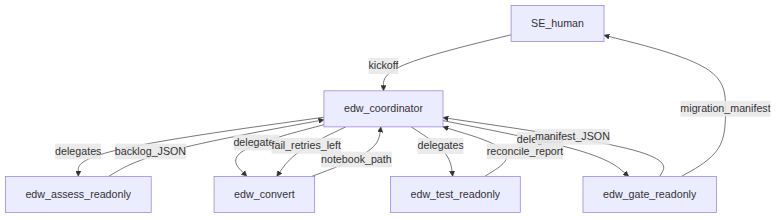
Earlier version of the Mermaid export docs/img/agent_delegation.png (Jericho2010/edwmigration). Its source is kept beside it as docs/img/agent_delegation.mmd. Its diagram source:
```mermaid
flowchart TD
  SE[SE_human] -->|kickoff| Coord[edw_coordinator]
  Coord -->|delegates| Assess[edw_assess_readonly]
  Assess -->|backlog_JSON| Coord
  Coord -->|delegates| Convert[edw_convert]
  Convert -->|notebook_path| Coord
  Coord -->|delegates| Test[edw_test_readonly]
  Test -->|reconcile_report| Coord
  Coord -->|delegates| Gate[edw_gate_readonly]
  Gate -->|manifest_JSON| Coord
  Coord -->|fail_retries_left| Convert
  Gate -->|migration_manifest| SE
```
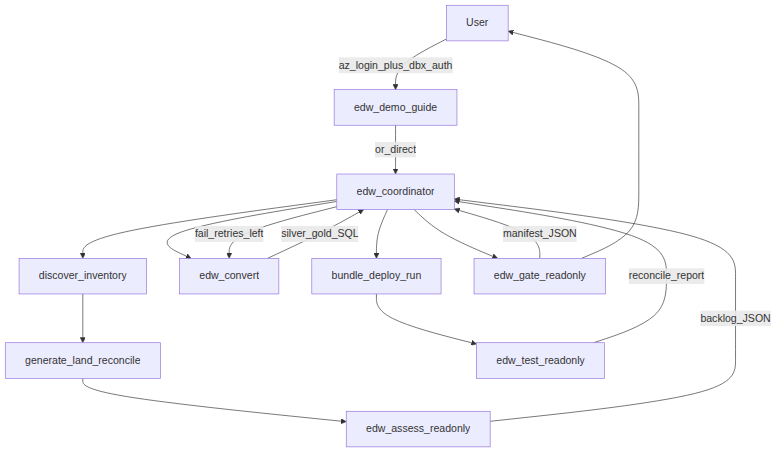
The same diagram one commit later.

What changed in the source:
```diff
@@ -1,12 +1,16 @@
 flowchart TD
-  SE[SE_human] -->|kickoff| Coord[edw_coordinator]
-  Coord -->|delegates| Assess[edw_assess_readonly]
+  User[User] -->|az_login_plus_dbx_auth| Guide[edw_demo_guide]
+  Guide -->|or_direct| Coord[edw_coordinator]
+  Coord --> Discover[discover_inventory]
+  Discover --> Generate[generate_land_reconcile]
+  Generate --> Assess[edw_assess_readonly]
   Assess -->|backlog_JSON| Coord
-  Coord -->|delegates| Convert[edw_convert]
-  Convert -->|notebook_path| Coord
-  Coord -->|delegates| Test[edw_test_readonly]
+  Coord --> Convert[edw_convert]
+  Convert -->|silver_gold_SQL| Coord
+  Coord --> DeployRun[bundle_deploy_run]
+  DeployRun --> Test[edw_test_readonly]
   Test -->|reconcile_report| Coord
-  Coord -->|delegates| Gate[edw_gate_readonly]
+  Coord --> Gate[edw_gate_readonly]
   Gate -->|manifest_JSON| Coord
   Coord -->|fail_retries_left| Convert
-  Gate -->|migration_manifest| SE
+  Gate --> User
```
